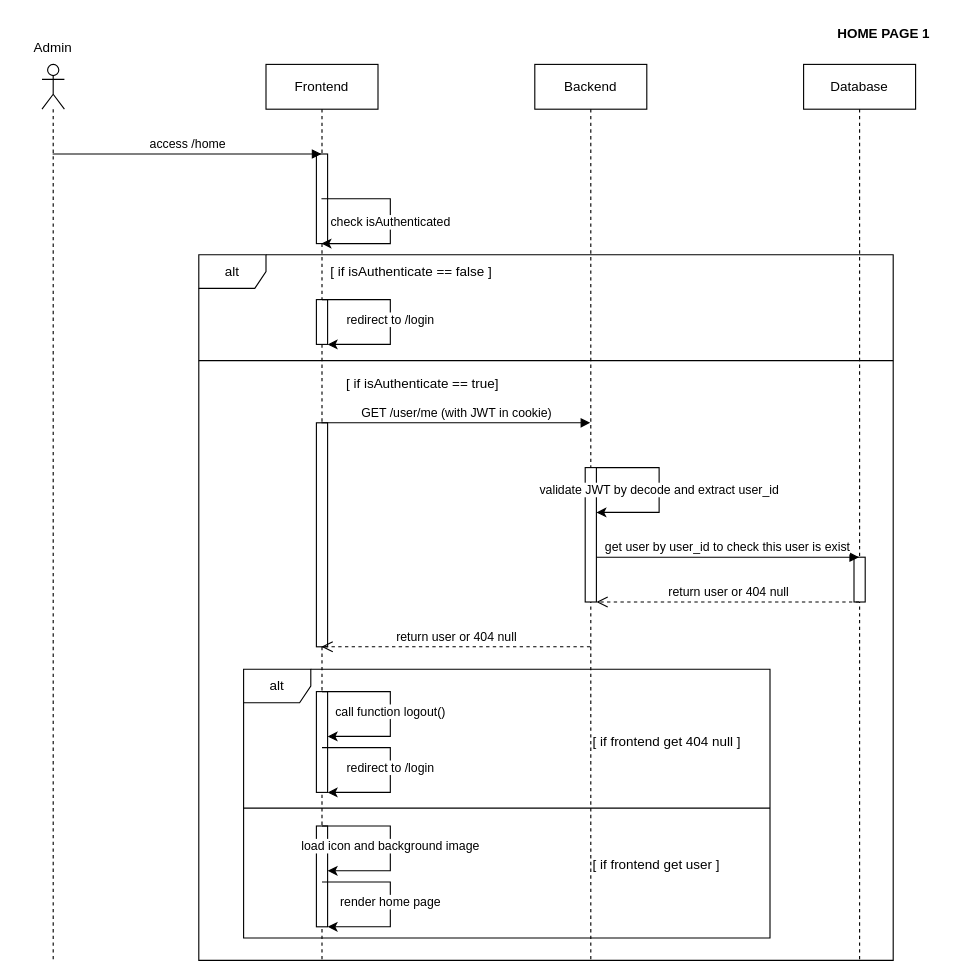
This is page "3 home page" (4 of 14) of docs/artifact/SequentialDiagram/SequentialDiagram.drawio from ssszZ-TH/party_fullstack_docker3, a draw.io file, before an edit. Source tidied: cells renumbered, new cells numbered last; positions are measured from the earlier drawing's top-left corner, leaving out a move shared by most shapes. Both pictures are drawn from the tidied source at 112%, with x=0, y=0 at pixel (19, 19).
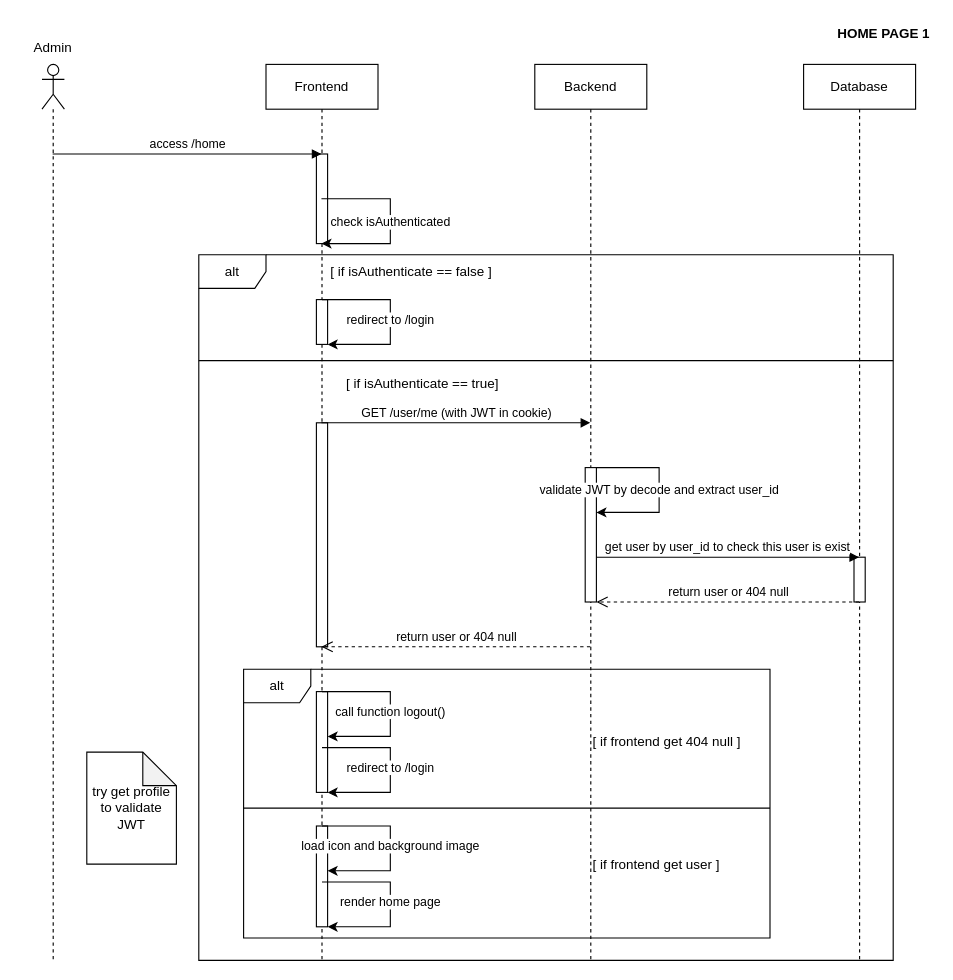
Above is the later version.

Commit message (it also covers changes not shown here):
docs seq diagram home profile check login fin. party role read CRUD fin but not have activation bar

Change to the diagram source:
```diff
@@
+    <mxCell id="35" value="try get profile to validate JWT" style="shape=note;whiteSpace=wrap;html=1;backgroundOutline=1;darkOpacity=0.05;" parent="1" vertex="1">
+      <mxGeometry x="60" y="654" width="80" height="100" as="geometry" />
+    </mxCell>
```
